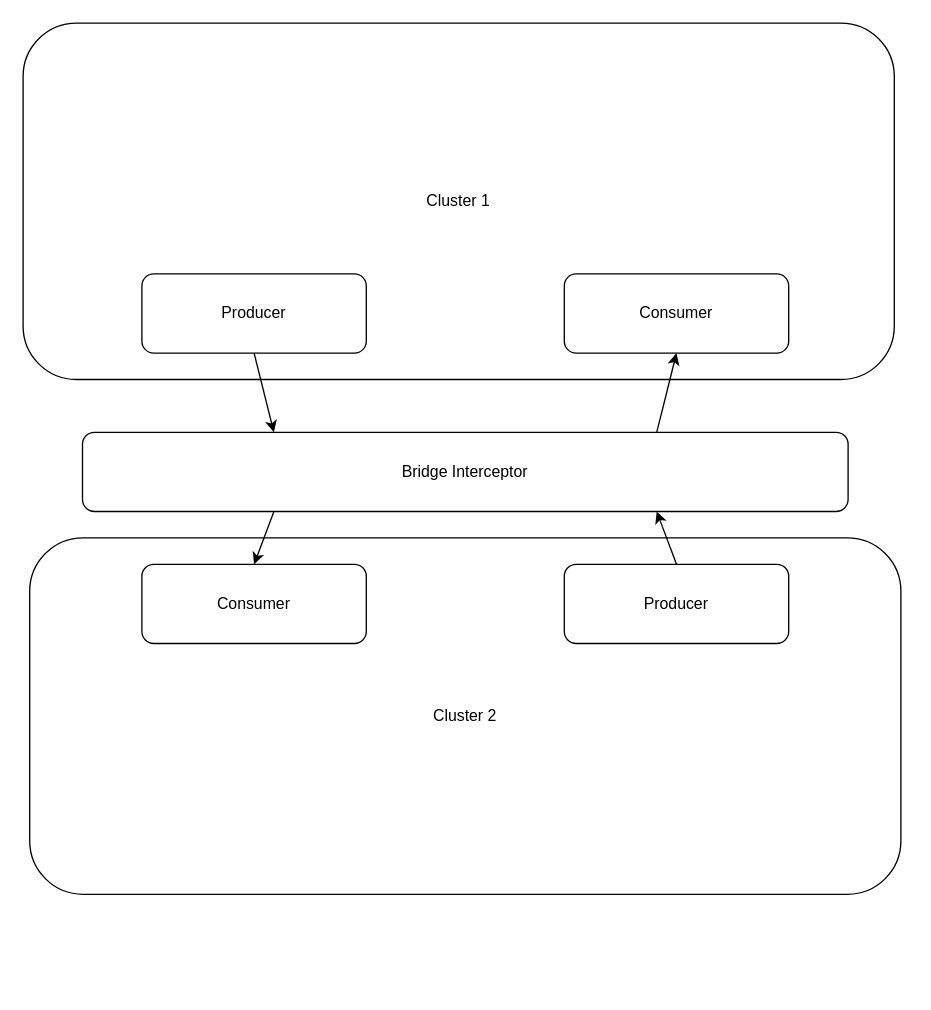
This is Kafka Cross Cluster Communication.drawio from iamsumitjangra/tekion, a draw.io file, before an edit. Source tidied: cells renumbered, new cells numbered last; positions are measured from the earlier drawing's top-left corner, leaving out a move shared by most shapes. Both pictures are drawn from the tidied source at 132%, with x=0, y=0 at pixel (22, 22).
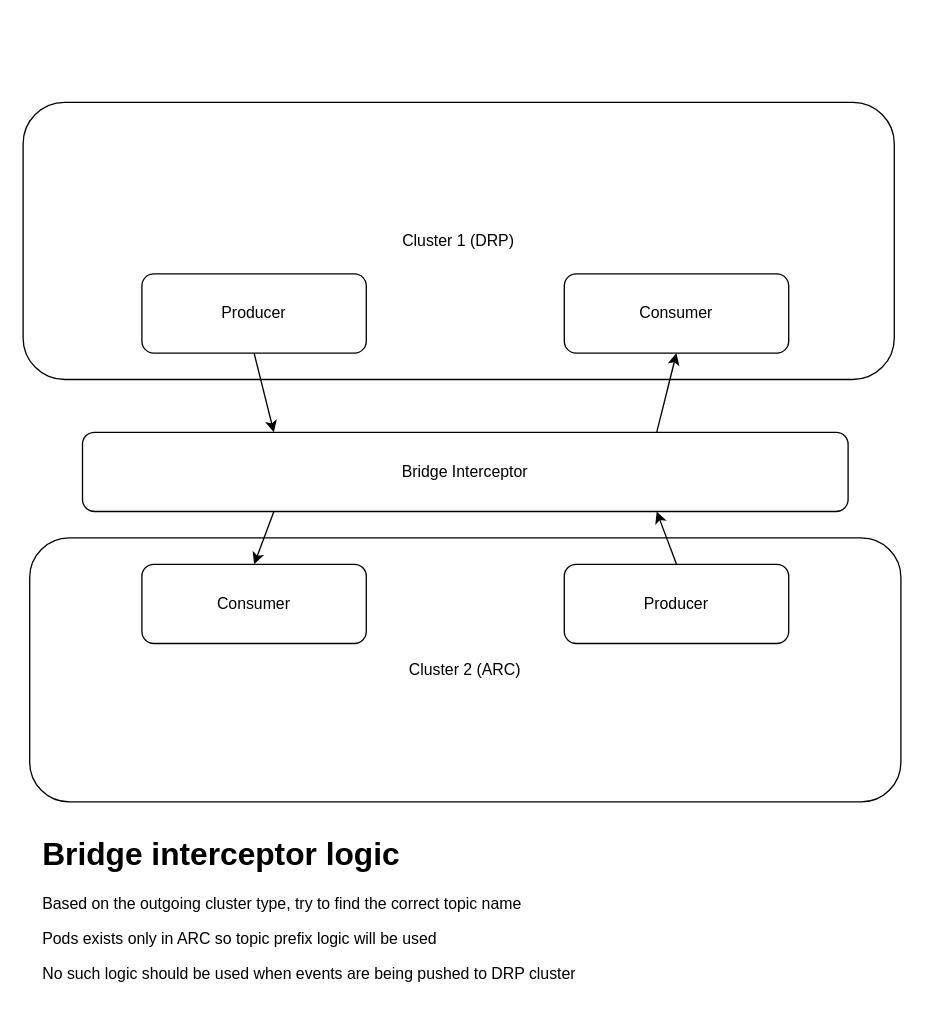
Above is the later version.

The edit, as a diff of the source:
```diff
@@
 <mxGraphModel>
   <root>
     <mxCell id="0" />
     <mxCell id="1" parent="0" />
-    <mxCell id="2" value="Cluster 1" style="rounded=1;whiteSpace=wrap;html=1;" parent="1" vertex="1">
-      <mxGeometry width="660" height="270" as="geometry" />
+    <mxCell id="2" value="Cluster 1 (DRP)" style="rounded=1;whiteSpace=wrap;html=1;" parent="1" vertex="1">
+      <mxGeometry y="60" width="660" height="210" as="geometry" />
     </mxCell>
-    <mxCell id="3" value="Cluster 2" style="rounded=1;whiteSpace=wrap;html=1;" parent="1" vertex="1">
-      <mxGeometry x="5" y="390" width="660" height="270" as="geometry" />
+    <mxCell id="3" value="&lt;div&gt;Cluster 2 (ARC)&lt;/div&gt;" style="rounded=1;whiteSpace=wrap;html=1;" parent="1" vertex="1">
+      <mxGeometry x="5" y="390" width="660" height="200" as="geometry" />
     </mxCell>
     <mxCell id="4" value="Producer" style="rounded=1;whiteSpace=wrap;html=1;" parent="1" vertex="1">
       <mxGeometry x="90" y="190" width="170" height="60" as="geometry" />
     </mxCell>
     <mxCell id="5" value="Consumer" style="rounded=1;whiteSpace=wrap;html=1;" parent="1" vertex="1">
       <mxGeometry x="410" y="190" width="170" height="60" as="geometry" />
     </mxCell>
     <mxCell id="6" value="Consumer" style="rounded=1;whiteSpace=wrap;html=1;" parent="1" vertex="1">
       <mxGeometry x="90" y="410" width="170" height="60" as="geometry" />
     </mxCell>
     <mxCell id="7" value="Producer" style="rounded=1;whiteSpace=wrap;html=1;" parent="1" vertex="1">
       <mxGeometry x="410" y="410" width="170" height="60" as="geometry" />
     </mxCell>
     <mxCell id="8" value="&lt;div&gt;Bridge Interceptor&lt;/div&gt;" style="rounded=1;whiteSpace=wrap;html=1;" parent="1" vertex="1">
       <mxGeometry x="45" y="310" width="580" height="60" as="geometry" />
     </mxCell>
     <mxCell id="9" style="endArrow=classic;html=1;rounded=0;exitX=0.5;exitY=1;exitDx=0;exitDy=0;entryX=0.25;entryY=0;entryDx=0;entryDy=0;" parent="1" edge="1" source="4" target="8">
       <mxGeometry relative="1" as="geometry" />
     </mxCell>
     <mxCell id="10" style="endArrow=classic;html=1;rounded=0;exitX=0.25;exitY=1;exitDx=0;exitDy=0;entryX=0.5;entryY=0;entryDx=0;entryDy=0;" parent="1" edge="1" source="8" target="6">
       <mxGeometry relative="1" as="geometry" />
     </mxCell>
     <mxCell id="11" style="endArrow=classic;html=1;rounded=0;entryX=0.75;entryY=1;entryDx=0;entryDy=0;exitX=0.5;exitY=0;exitDx=0;exitDy=0;" parent="1" edge="1" source="7" target="8">
       <mxGeometry relative="1" as="geometry" />
     </mxCell>
     <mxCell id="12" style="endArrow=classic;html=1;rounded=0;entryX=0.5;entryY=1;entryDx=0;entryDy=0;exitX=0.75;exitY=0;exitDx=0;exitDy=0;" parent="1" edge="1" source="8" target="5">
       <mxGeometry relative="1" as="geometry" />
     </mxCell>
+    <mxCell id="13" value="&lt;h1&gt;Bridge interceptor logic&lt;br&gt;&lt;/h1&gt;&lt;p&gt;Based on the outgoing cluster type, try to find the correct topic name&lt;/p&gt;&lt;p&gt;Pods exists only in ARC so topic prefix logic will be used&lt;/p&gt;&lt;p&gt;No such logic should be used when events are being pushed to DRP cluster&lt;br&gt;&lt;/p&gt;" style="text;html=1;strokeColor=none;fillColor=none;spacing=5;spacingTop=-20;whiteSpace=wrap;overflow=hidden;rounded=0;" parent="1" vertex="1">
+      <mxGeometry x="10" y="610" width="660" height="120" as="geometry" />
+    </mxCell>
   </root>
 </mxGraphModel>
```
